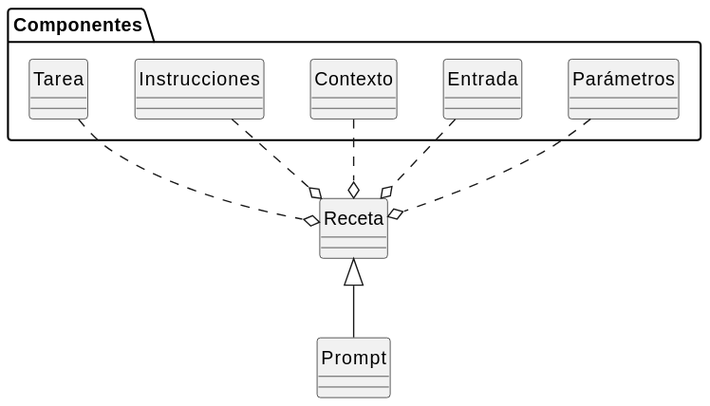
mmasias/ai-prompts keeps this PlantUML diagram as imagenes/modelosUML/promptRecetaComponentes.svg. Above is the earlier version.
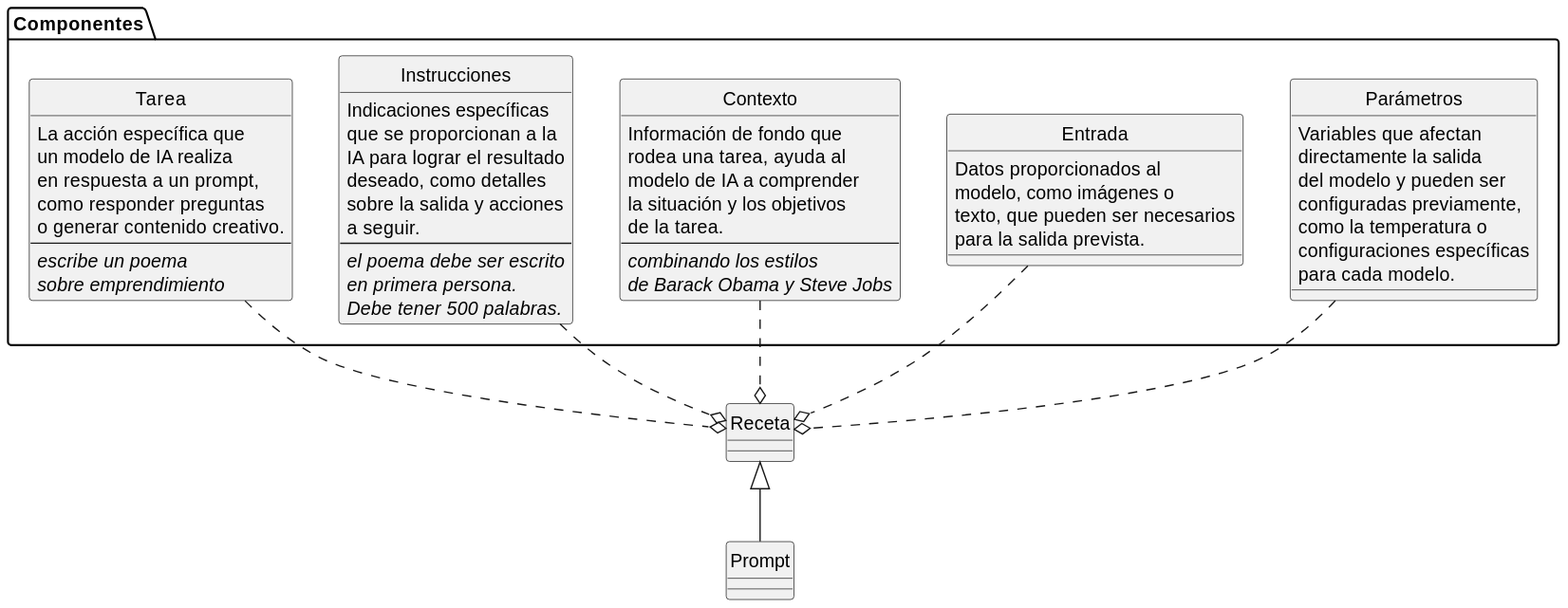
Above is the later version.

Diff of the diagram source:
```diff
@@ -12,4 +12,55 @@
     Receta o.u. Parámetros
 }
 
+class Tarea {
+La acción específica que
+un modelo de IA realiza
+en respuesta a un prompt,
+como responder preguntas
+o generar contenido creativo.
+---
+<i>escribe un poema </i>
+<i>sobre emprendimiento</i>
+}
+
+class Instrucciones {
+Indicaciones específicas
+que se proporcionan a la
+IA para lograr el resultado
+deseado, como detalles
+sobre la salida y acciones
+a seguir.
+---
+<i>el poema debe ser escrito
+<i>en primera persona.
+<i>Debe tener 500 palabras.
+}
+
+class Contexto {
+Información de fondo que
+rodea una tarea, ayuda al
+modelo de IA a comprender
+la situación y los objetivos
+de la tarea.
+---
+<i>combinando los estilos
+<i>de Barack Obama y Steve Jobs
+}
+
+class Entrada {
+Datos proporcionados al
+modelo, como imágenes o
+texto, que pueden ser necesarios
+para la salida prevista.
+}
+
+class Parámetros {
+Variables que afectan
+directamente la salida
+del modelo y pueden ser
+configuradas previamente,
+como la temperatura o
+configuraciones específicas
+para cada modelo.
+}
 @enduml
```
